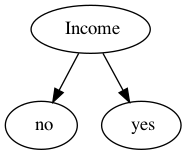
The Graphviz diagram detree.png in faede/Daily, before a commit. Its source is kept beside it as detree.dot.
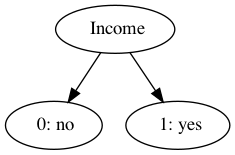
The same file after the commit.

Change to the diagram source:
```diff
@@ -1,8 +1,8 @@
 digraph G {
 2 [label="  Income "]
-3 [label="  no "]
+3 [label="  0: no "]
 2  ->  3
 2 [label="  Income "]
-7 [label="  yes "]
+7 [label="  1: yes "]
 2  ->  7
 }
```
